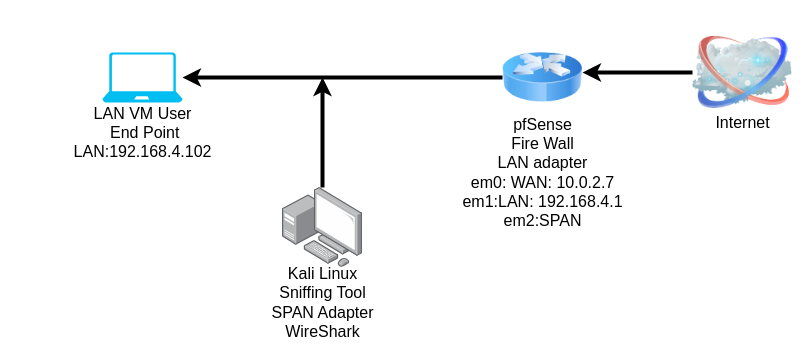
Earlier version of the draw.io diagram 301Lab9.drawio (jmcano50/Ops-301d14-Code_Challenges). Source tidied: cells renumbered, new cells numbered last; positions are measured from the earlier drawing's top-left corner, leaving out a move shared by most shapes. Both pictures are drawn from the tidied source at 100%, with x=0, y=0 at pixel (62, 27).
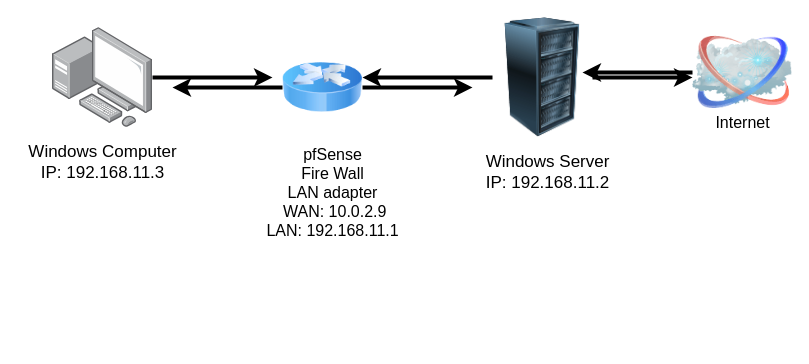
The same page after the edit.

The edit, as a diff of the source:
```diff
@@
 <mxGraphModel>
   <root>
     <mxCell id="0" />
     <mxCell id="1" parent="0" />
     <mxCell id="2" style="edgeStyle=none;html=1;fontSize=16;strokeWidth=4;" parent="1" edge="1" source="3">
       <mxGeometry relative="1" as="geometry">
         <mxPoint x="520" y="45" as="targetPoint" />
       </mxGeometry>
     </mxCell>
     <mxCell id="3" style="image;html=1;image=img/lib/clip_art/networking/Cloud_128x128.png;" parent="1" vertex="1">
       <mxGeometry x="630" width="100" height="90" as="geometry" />
     </mxCell>
     <mxCell id="4" value="&lt;font style=&quot;font-size: 16px;&quot;&gt;&lt;font style=&quot;font-size: 16px;&quot;&gt;I&lt;/font&gt;&lt;font style=&quot;font-size: 16px;&quot;&gt;nternet&lt;/font&gt;&lt;/font&gt;" style="text;html=1;align=center;verticalAlign=middle;strokeColor=none;fillColor=none;" parent="1" vertex="1">
       <mxGeometry x="640" y="80" width="80" height="30" as="geometry" />
     </mxCell>
-    <mxCell id="5" style="edgeStyle=none;html=1;strokeWidth=4;fontSize=16;" parent="1" edge="1" source="6">
-      <mxGeometry relative="1" as="geometry">
-        <mxPoint x="120" y="50" as="targetPoint" />
-      </mxGeometry>
-    </mxCell>
-    <mxCell id="6" style="image;html=1;image=img/lib/clip_art/networking/Router_Icon_128x128.png;fontSize=16;" parent="1" vertex="1">
-      <mxGeometry x="440" y="10" width="80" height="80" as="geometry" />
-    </mxCell>
-    <mxCell id="7" value="pfSense&lt;br&gt;Fire Wall&lt;br&gt;LAN adapter&lt;br&gt;em0: WAN: 10.0.2.7&lt;br&gt;em1:LAN: 192.168.4.1&lt;br&gt;em2:SPAN" style="text;html=1;align=center;verticalAlign=middle;strokeColor=none;fillColor=none;fontSize=16;" parent="1" vertex="1">
-      <mxGeometry x="390" y="80" width="180" height="130" as="geometry" />
+    <mxCell id="7" value="pfSense&lt;br&gt;Fire Wall&lt;br&gt;LAN adapter&lt;br&gt;&amp;nbsp;WAN: 10.0.2.9&lt;br&gt;LAN: 192.168.11.1&lt;br&gt;" style="text;html=1;align=center;verticalAlign=middle;strokeColor=none;fillColor=none;fontSize=16;" parent="1" vertex="1">
+      <mxGeometry x="190" y="110" width="160" height="110" as="geometry" />
     </mxCell>
-    <mxCell id="8" style="verticalLabelPosition=bottom;html=1;verticalAlign=top;align=center;strokeColor=none;fillColor=#00BEF2;shape=mxgraph.azure.laptop;fontSize=16;" parent="1" vertex="1">
-      <mxGeometry x="40" y="25" width="80" height="50" as="geometry" />
-    </mxCell>
-    <mxCell id="9" value="LAN VM User&lt;br&gt;&amp;nbsp;End Point&lt;br&gt;LAN:192.168.4.102" style="text;html=1;align=center;verticalAlign=middle;strokeColor=none;fillColor=none;fontSize=16;" parent="1" vertex="1">
-      <mxGeometry y="70" width="160" height="70" as="geometry" />
-    </mxCell>
-    <mxCell id="10" style="edgeStyle=none;html=1;strokeWidth=4;fontSize=16;" parent="1" edge="1" source="11">
-      <mxGeometry relative="1" as="geometry">
-        <mxPoint x="260" y="50" as="targetPoint" />
-      </mxGeometry>
-    </mxCell>
+    <mxCell id="13" style="edgeStyle=none;html=1;strokeWidth=4;" parent="1" edge="1" source="11">
+      <mxGeometry relative="1" as="geometry">
+        <mxPoint x="210" y="50" as="targetPoint" />
+      </mxGeometry>
+    </mxCell>
     <mxCell id="11" style="points=[];html=1;align=center;shadow=0;dashed=0;image;image=img/lib/allied_telesis/computer_and_terminals/Personal_Computer_with_Server.svg;fontSize=16;" parent="1" vertex="1">
-      <mxGeometry x="220" y="160" width="80" height="80" as="geometry" />
+      <mxGeometry x="-10" width="100" height="100" as="geometry" />
     </mxCell>
-    <mxCell id="12" value="Kali Linux&lt;br&gt;Sniffing Tool&lt;br&gt;SPAN Adapter&lt;br&gt;WireShark" style="text;html=1;align=center;verticalAlign=middle;strokeColor=none;fillColor=none;fontSize=16;" parent="1" vertex="1">
-      <mxGeometry x="195" y="230" width="130" height="90" as="geometry" />
-    </mxCell>
+    <mxCell id="14" value="&lt;font style=&quot;font-size: 17px;&quot;&gt;Windows Server&lt;br&gt;IP: 192.168.11.2&lt;br&gt;&lt;/font&gt;" style="text;html=1;align=center;verticalAlign=middle;strokeColor=none;fillColor=none;" parent="1" vertex="1">
+      <mxGeometry x="410" y="120" width="150" height="50" as="geometry" />
+    </mxCell>
+    <mxCell id="15" value="Windows Computer&lt;br&gt;IP: 192.168.11.3" style="text;html=1;align=center;verticalAlign=middle;strokeColor=none;fillColor=none;fontSize=17;" parent="1" vertex="1">
+      <mxGeometry x="-45" y="110" width="170" height="50" as="geometry" />
+    </mxCell>
+    <mxCell id="16" style="edgeStyle=none;html=1;strokeWidth=4;" parent="1" edge="1" source="18">
+      <mxGeometry relative="1" as="geometry">
+        <mxPoint x="630" y="50" as="targetPoint" />
+      </mxGeometry>
+    </mxCell>
+    <mxCell id="17" style="edgeStyle=none;html=1;strokeWidth=4;" parent="1" edge="1" source="18">
+      <mxGeometry relative="1" as="geometry">
+        <mxPoint x="300" y="50" as="targetPoint" />
+      </mxGeometry>
+    </mxCell>
+    <mxCell id="18" style="image;html=1;image=img/lib/clip_art/computers/Server_Rack_128x128.png;" parent="1" vertex="1">
+      <mxGeometry x="430" y="-10" width="100" height="120" as="geometry" />
+    </mxCell>
+    <mxCell id="19" style="edgeStyle=none;html=1;strokeWidth=4;" parent="1" edge="1" source="21">
+      <mxGeometry relative="1" as="geometry">
+        <mxPoint x="410" y="60" as="targetPoint" />
+      </mxGeometry>
+    </mxCell>
+    <mxCell id="20" style="edgeStyle=none;html=1;strokeWidth=4;" parent="1" edge="1" source="21">
+      <mxGeometry relative="1" as="geometry">
+        <mxPoint x="110" y="60" as="targetPoint" />
+      </mxGeometry>
+    </mxCell>
+    <mxCell id="21" style="image;html=1;image=img/lib/clip_art/networking/Router_Icon_128x128.png;" parent="1" vertex="1">
+      <mxGeometry x="220" y="20" width="80" height="80" as="geometry" />
+    </mxCell>
   </root>
 </mxGraphModel>
```
